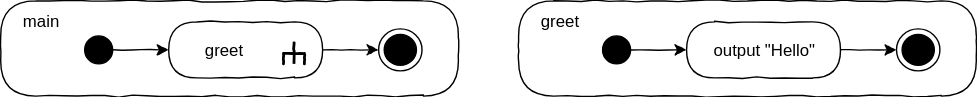
JirkaDellOro/EIA2-Inverted keeps this draw.io diagram as X01_Appendix/UML/BasicLinear.svg. Above is the earlier version. Source tidied: cells renumbered, new cells last; positions are measured from the earlier drawing's top-left corner, leaving out a move shared by most shapes.
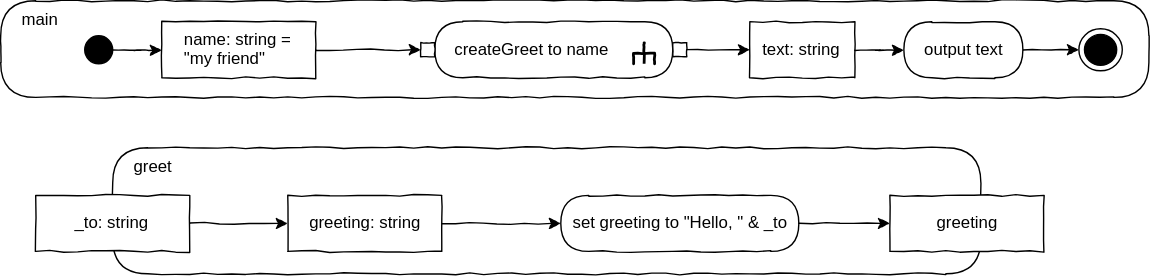
The same file after the commit.

Diff of the diagram source:
```diff
@@ -3,25 +3,22 @@
     <mxCell id="0" />
     <mxCell id="1" parent="0" />
     <mxCell id="2" value="&lt;div style=&quot;text-align: left&quot;&gt;&lt;span&gt;&amp;nbsp; &amp;nbsp; main&lt;/span&gt;&lt;/div&gt;" style="rounded=1;whiteSpace=wrap;html=1;shadow=0;glass=0;comic=1;strokeColor=#000000;labelPosition=center;verticalLabelPosition=middle;align=left;verticalAlign=top;absoluteArcSize=1;arcSize=50;" parent="1" vertex="1">
-      <mxGeometry width="327" height="68" as="geometry" />
+      <mxGeometry x="20" width="820" height="69" as="geometry" />
     </mxCell>
     <mxCell id="3" style="ellipse;whiteSpace=wrap;html=1;rounded=0;shadow=0;comic=0;labelBackgroundColor=none;strokeColor=#000000;strokeWidth=1;fillColor=#000000;fontFamily=Verdana;fontSize=12;fontColor=#000000;align=center;comic=1;" parent="1" vertex="1">
-      <mxGeometry x="60" y="25" width="20" height="20" as="geometry" />
+      <mxGeometry x="80" y="25" width="20" height="20" as="geometry" />
     </mxCell>
-    <mxCell id="4" value="greet&amp;nbsp; &amp;nbsp; &amp;nbsp; &amp;nbsp; &amp;nbsp;" style="rounded=1;whiteSpace=wrap;html=1;absoluteArcSize=1;arcSize=50;strokeWidth=1;shadow=0;comic=1;" parent="1" vertex="1">
-      <mxGeometry x="120" y="15" width="110" height="40" as="geometry" />
+    <mxCell id="4" value="createGreet to name&amp;nbsp; &amp;nbsp; &amp;nbsp; &amp;nbsp; &amp;nbsp;" style="rounded=1;whiteSpace=wrap;html=1;absoluteArcSize=1;arcSize=50;strokeWidth=1;shadow=0;comic=1;" parent="1" vertex="1">
+      <mxGeometry x="330" y="15" width="170" height="40" as="geometry" />
     </mxCell>
-    <mxCell id="5" style="edgeStyle=orthogonalEdgeStyle;rounded=0;jettySize=auto;html=1;comic=1;" parent="1" edge="1" source="3" target="4">
-      <mxGeometry relative="1" as="geometry" />
-    </mxCell>
     <mxCell id="6" style="ellipse;html=1;shape=endState;fillColor=#000000;strokeColor=#000000;comic=1;" parent="1" vertex="1">
-      <mxGeometry x="270" y="20" width="31" height="30" as="geometry" />
+      <mxGeometry x="790" y="20" width="31" height="30" as="geometry" />
     </mxCell>
-    <mxCell id="7" style="edgeStyle=orthogonalEdgeStyle;rounded=0;jettySize=auto;html=1;comic=1;" parent="1" edge="1" source="4" target="6">
+    <mxCell id="7" style="edgeStyle=orthogonalEdgeStyle;rounded=0;jettySize=auto;html=1;comic=1;" parent="1" edge="1" source="24" target="6">
       <mxGeometry relative="1" as="geometry" />
     </mxCell>
     <mxCell id="8" style="group;rotation=90;" parent="1" vertex="1">
-      <mxGeometry x="200" y="25" width="20" height="20" as="geometry" />
+      <mxGeometry x="470" y="25" width="20" height="20" as="geometry" />
     </mxCell>
     <mxCell id="9" style="strokeWidth=2;html=1;shape=mxgraph.flowchart.annotation_2;align=left;rounded=1;comic=1;rotation=90;" parent="8" vertex="1">
       <mxGeometry x="2" y="5" width="15" height="15" as="geometry" />
@@ -30,22 +27,55 @@
       <mxGeometry relative="1" as="geometry" />
     </mxCell>
     <mxCell id="11" value="&lt;div style=&quot;text-align: left&quot;&gt;&lt;span&gt;&amp;nbsp; &amp;nbsp; greet&lt;/span&gt;&lt;/div&gt;" style="rounded=1;whiteSpace=wrap;html=1;shadow=0;glass=0;comic=1;strokeColor=#000000;labelPosition=center;verticalLabelPosition=middle;align=left;verticalAlign=top;absoluteArcSize=1;arcSize=50;" parent="1" vertex="1">
-      <mxGeometry x="370" width="327" height="68" as="geometry" />
+      <mxGeometry x="100" y="105" width="620" height="90" as="geometry" />
     </mxCell>
-    <mxCell id="12" style="ellipse;whiteSpace=wrap;html=1;rounded=0;shadow=0;comic=0;labelBackgroundColor=none;strokeColor=#000000;strokeWidth=1;fillColor=#000000;fontFamily=Verdana;fontSize=12;fontColor=#000000;align=center;comic=1;" parent="1" vertex="1">
-      <mxGeometry x="430" y="25" width="20" height="20" as="geometry" />
-    </mxCell>
-    <mxCell id="13" value="output &quot;Hello&quot;" style="rounded=1;whiteSpace=wrap;html=1;absoluteArcSize=1;arcSize=50;strokeWidth=1;shadow=0;comic=1;" parent="1" vertex="1">
-      <mxGeometry x="490" y="15" width="110" height="40" as="geometry" />
+    <mxCell id="13" value="set greeting to &quot;Hello, &quot; &amp;amp; _to" style="rounded=1;whiteSpace=wrap;html=1;absoluteArcSize=1;arcSize=50;strokeWidth=1;shadow=0;comic=1;" parent="1" vertex="1">
+      <mxGeometry x="420" y="139" width="170" height="40" as="geometry" />
     </mxCell>
-    <mxCell id="14" style="edgeStyle=orthogonalEdgeStyle;rounded=0;jettySize=auto;html=1;comic=1;" parent="1" edge="1" source="12" target="13">
+    <mxCell id="14" style="edgeStyle=orthogonalEdgeStyle;rounded=0;jettySize=auto;html=1;comic=1;" parent="1" edge="1" source="27" target="13">
       <mxGeometry relative="1" as="geometry" />
     </mxCell>
-    <mxCell id="15" style="ellipse;html=1;shape=endState;fillColor=#000000;strokeColor=#000000;comic=1;" parent="1" vertex="1">
-      <mxGeometry x="640" y="20" width="31" height="30" as="geometry" />
-    </mxCell>
-    <mxCell id="16" style="edgeStyle=orthogonalEdgeStyle;rounded=0;jettySize=auto;html=1;comic=1;" parent="1" edge="1" source="13" target="15">
+    <mxCell id="16" style="edgeStyle=orthogonalEdgeStyle;rounded=0;jettySize=auto;html=1;comic=1;" parent="1" edge="1" source="13" target="29">
       <mxGeometry relative="1" as="geometry" />
     </mxCell>
+    <mxCell id="17" value="&lt;div style=&quot;text-align: left&quot;&gt;name: string =&lt;/div&gt;&lt;div style=&quot;text-align: left&quot;&gt;&quot;my friend&quot;&lt;/div&gt;" style="rounded=0;whiteSpace=wrap;html=1;comic=1;" parent="1" vertex="1">
+      <mxGeometry x="135" y="15" width="110" height="40" as="geometry" />
+    </mxCell>
+    <mxCell id="18" style="edgeStyle=orthogonalEdgeStyle;rounded=0;jettySize=auto;html=1;comic=1;" parent="1" edge="1" source="3" target="17">
+      <mxGeometry relative="1" as="geometry" />
+    </mxCell>
+    <mxCell id="19" value="&lt;div style=&quot;text-align: left&quot;&gt;&lt;br&gt;&lt;/div&gt;" style="rounded=0;whiteSpace=wrap;html=1;comic=1;" parent="1" vertex="1">
+      <mxGeometry x="320" y="30" width="10" height="10" as="geometry" />
+    </mxCell>
+    <mxCell id="20" style="edgeStyle=orthogonalEdgeStyle;rounded=0;jettySize=auto;html=1;comic=1;" parent="1" edge="1" source="17" target="19">
+      <mxGeometry relative="1" as="geometry" />
+    </mxCell>
+    <mxCell id="21" value="&lt;div style=&quot;text-align: left&quot;&gt;&lt;br&gt;&lt;/div&gt;" style="rounded=0;whiteSpace=wrap;html=1;comic=1;" parent="1" vertex="1">
+      <mxGeometry x="500" y="30" width="10" height="10" as="geometry" />
+    </mxCell>
+    <mxCell id="22" value="&lt;div style=&quot;text-align: left&quot;&gt;text: string&lt;/div&gt;" style="rounded=0;whiteSpace=wrap;html=1;comic=1;" parent="1" vertex="1">
+      <mxGeometry x="555" y="15" width="75" height="40" as="geometry" />
+    </mxCell>
+    <mxCell id="23" style="edgeStyle=orthogonalEdgeStyle;rounded=0;jettySize=auto;html=1;comic=1;" parent="1" edge="1" source="21" target="22">
+      <mxGeometry relative="1" as="geometry" />
+    </mxCell>
+    <mxCell id="24" value="output text" style="rounded=1;whiteSpace=wrap;html=1;absoluteArcSize=1;arcSize=50;strokeWidth=1;shadow=0;comic=1;" parent="1" vertex="1">
+      <mxGeometry x="665" y="15" width="85" height="40" as="geometry" />
+    </mxCell>
+    <mxCell id="25" style="edgeStyle=orthogonalEdgeStyle;rounded=0;jettySize=auto;html=1;comic=1;" parent="1" edge="1" source="22" target="24">
+      <mxGeometry relative="1" as="geometry" />
+    </mxCell>
+    <mxCell id="26" value="&lt;div style=&quot;text-align: left&quot;&gt;_to: string&lt;/div&gt;" style="rounded=0;whiteSpace=wrap;html=1;comic=1;" parent="1" vertex="1">
+      <mxGeometry x="45" y="139" width="110" height="40" as="geometry" />
+    </mxCell>
+    <mxCell id="27" value="&lt;div style=&quot;text-align: left&quot;&gt;greeting: string&lt;/div&gt;" style="rounded=0;whiteSpace=wrap;html=1;comic=1;" parent="1" vertex="1">
+      <mxGeometry x="225" y="139" width="110" height="40" as="geometry" />
+    </mxCell>
+    <mxCell id="28" style="edgeStyle=orthogonalEdgeStyle;rounded=0;jettySize=auto;html=1;comic=1;" parent="1" edge="1" source="26" target="27">
+      <mxGeometry relative="1" as="geometry" />
+    </mxCell>
+    <mxCell id="29" value="&lt;div style=&quot;text-align: left&quot;&gt;greeting&lt;/div&gt;" style="rounded=0;whiteSpace=wrap;html=1;comic=1;" parent="1" vertex="1">
+      <mxGeometry x="655" y="139" width="110" height="40" as="geometry" />
+    </mxCell>
   </root>
 </mxGraphModel>
```
